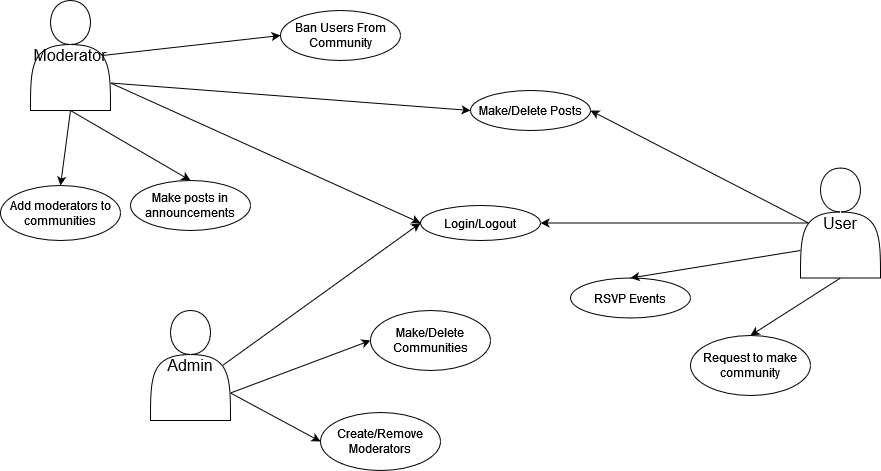
This is ProjectProposal.png from lcroberts/Hooplaza, a draw.io export, as it was before one commit. Source tidied: cells renumbered, new cells last; positions are measured from the earlier drawing's top-left corner, leaving out a move shared by most shapes. Its diagram source:
```xml
<mxGraphModel background="#FFFFFF">
  <root>
    <mxCell id="0" />
    <mxCell id="1" parent="0" />
    <mxCell id="2" value="&lt;font style=&quot;font-size: 16px;&quot;&gt;Moderator&lt;/font&gt;" style="shape=actor;whiteSpace=wrap;html=1;" parent="1" vertex="1">
      <mxGeometry x="30" width="80" height="110" as="geometry" />
    </mxCell>
    <mxCell id="3" value="&lt;font style=&quot;font-size: 16px;&quot;&gt;Admin&lt;/font&gt;" style="shape=actor;whiteSpace=wrap;html=1;" parent="1" vertex="1">
      <mxGeometry x="150" y="310" width="80" height="110" as="geometry" />
    </mxCell>
    <mxCell id="4" value="&lt;div style=&quot;font-size: 16px;&quot;&gt;User&lt;/div&gt;" style="shape=actor;whiteSpace=wrap;html=1;" parent="1" vertex="1">
      <mxGeometry x="800" y="167.5" width="80" height="110" as="geometry" />
    </mxCell>
    <mxCell id="5" value="&lt;font style=&quot;font-size: 12px;&quot;&gt;Login/Logout&lt;/font&gt;" style="ellipse;whiteSpace=wrap;html=1;" parent="1" vertex="1">
      <mxGeometry x="420" y="205" width="120" height="35" as="geometry" />
    </mxCell>
    <mxCell id="6" value="Make/Delete Posts" style="ellipse;whiteSpace=wrap;html=1;" parent="1" vertex="1">
      <mxGeometry x="470" y="90" width="120" height="40" as="geometry" />
    </mxCell>
    <mxCell id="7" value="Make/Delete Communities" style="ellipse;whiteSpace=wrap;html=1;" parent="1" vertex="1">
      <mxGeometry x="370" y="310" width="120" height="60" as="geometry" />
    </mxCell>
    <mxCell id="8" value="&lt;div&gt;Ban Users From Community&lt;/div&gt;" style="ellipse;whiteSpace=wrap;html=1;" parent="1" vertex="1">
      <mxGeometry x="280" y="10" width="120" height="50" as="geometry" />
    </mxCell>
    <mxCell id="9" value="Make posts in announcements" style="ellipse;whiteSpace=wrap;html=1;" parent="1" vertex="1">
      <mxGeometry x="130" y="180" width="120" height="50" as="geometry" />
    </mxCell>
    <mxCell id="10" value="Create/Remove Moderators" style="ellipse;whiteSpace=wrap;html=1;" parent="1" vertex="1">
      <mxGeometry x="320" y="412" width="120" height="58" as="geometry" />
    </mxCell>
    <mxCell id="11" style="endArrow=classic;html=1;rounded=0;exitX=0.9;exitY=0.5;exitDx=0;exitDy=0;exitPerimeter=0;entryX=0;entryY=0.5;entryDx=0;entryDy=0;" parent="1" edge="1" source="2" target="8">
      <mxGeometry relative="1" as="geometry" />
    </mxCell>
    <mxCell id="12" style="endArrow=classic;html=1;rounded=0;exitX=1;exitY=0.75;exitDx=0;exitDy=0;entryX=0;entryY=0.5;entryDx=0;entryDy=0;" parent="1" edge="1" source="2" target="5">
      <mxGeometry relative="1" as="geometry" />
    </mxCell>
    <mxCell id="13" style="endArrow=classic;html=1;rounded=0;exitX=0.5;exitY=1;exitDx=0;exitDy=0;entryX=0.5;entryY=0;entryDx=0;entryDy=0;" parent="1" edge="1" source="2" target="9">
      <mxGeometry relative="1" as="geometry" />
    </mxCell>
    <mxCell id="14" style="endArrow=classic;html=1;rounded=0;exitX=0.9;exitY=0.5;exitDx=0;exitDy=0;exitPerimeter=0;entryX=0;entryY=0.5;entryDx=0;entryDy=0;" parent="1" edge="1" source="3" target="5">
      <mxGeometry relative="1" as="geometry" />
    </mxCell>
    <mxCell id="15" style="endArrow=classic;html=1;rounded=0;exitX=0.1;exitY=0.5;exitDx=0;exitDy=0;exitPerimeter=0;entryX=1;entryY=0.5;entryDx=0;entryDy=0;" parent="1" edge="1" source="4" target="5">
      <mxGeometry relative="1" as="geometry" />
    </mxCell>
    <mxCell id="16" style="endArrow=classic;html=1;rounded=0;exitX=0.1;exitY=0.5;exitDx=0;exitDy=0;exitPerimeter=0;entryX=1;entryY=0.5;entryDx=0;entryDy=0;" parent="1" edge="1" source="4" target="6">
      <mxGeometry relative="1" as="geometry" />
    </mxCell>
    <mxCell id="17" value="RSVP Events" style="ellipse;whiteSpace=wrap;html=1;" parent="1" vertex="1">
      <mxGeometry x="570" y="277.5" width="120" height="40" as="geometry" />
    </mxCell>
    <mxCell id="18" style="endArrow=classic;html=1;rounded=0;exitX=0;exitY=0.75;exitDx=0;exitDy=0;entryX=0.5;entryY=0;entryDx=0;entryDy=0;" parent="1" edge="1" source="4" target="17">
      <mxGeometry relative="1" as="geometry" />
    </mxCell>
    <mxCell id="19" style="endArrow=classic;html=1;rounded=0;exitX=1;exitY=0.75;exitDx=0;exitDy=0;entryX=0;entryY=0.5;entryDx=0;entryDy=0;" parent="1" edge="1" source="3" target="10">
      <mxGeometry relative="1" as="geometry" />
    </mxCell>
    <mxCell id="20" style="endArrow=classic;html=1;rounded=0;exitX=1;exitY=0.75;exitDx=0;exitDy=0;entryX=0;entryY=0.5;entryDx=0;entryDy=0;" parent="1" edge="1" source="3" target="7">
      <mxGeometry relative="1" as="geometry" />
    </mxCell>
    <mxCell id="21" style="endArrow=classic;html=1;rounded=0;exitX=1;exitY=0.75;exitDx=0;exitDy=0;entryX=0;entryY=0.5;entryDx=0;entryDy=0;" parent="1" edge="1" source="2" target="6">
      <mxGeometry relative="1" as="geometry" />
    </mxCell>
    <mxCell id="22" value="Request to make community" style="ellipse;whiteSpace=wrap;html=1;" parent="1" vertex="1">
      <mxGeometry x="690" y="335" width="120" height="60" as="geometry" />
    </mxCell>
    <mxCell id="23" value="Add moderators to communities" style="ellipse;whiteSpace=wrap;html=1;" parent="1" vertex="1">
      <mxGeometry y="185" width="120" height="55" as="geometry" />
    </mxCell>
    <mxCell id="24" style="endArrow=classic;html=1;rounded=0;exitX=0.5;exitY=1;exitDx=0;exitDy=0;entryX=0.5;entryY=0;entryDx=0;entryDy=0;" parent="1" edge="1" source="2" target="23">
      <mxGeometry relative="1" as="geometry" />
    </mxCell>
    <mxCell id="25" style="endArrow=classic;html=1;rounded=0;exitX=0.5;exitY=1;exitDx=0;exitDy=0;entryX=0.5;entryY=0;entryDx=0;entryDy=0;" parent="1" edge="1" source="4" target="22">
      <mxGeometry relative="1" as="geometry" />
    </mxCell>
  </root>
</mxGraphModel>
```
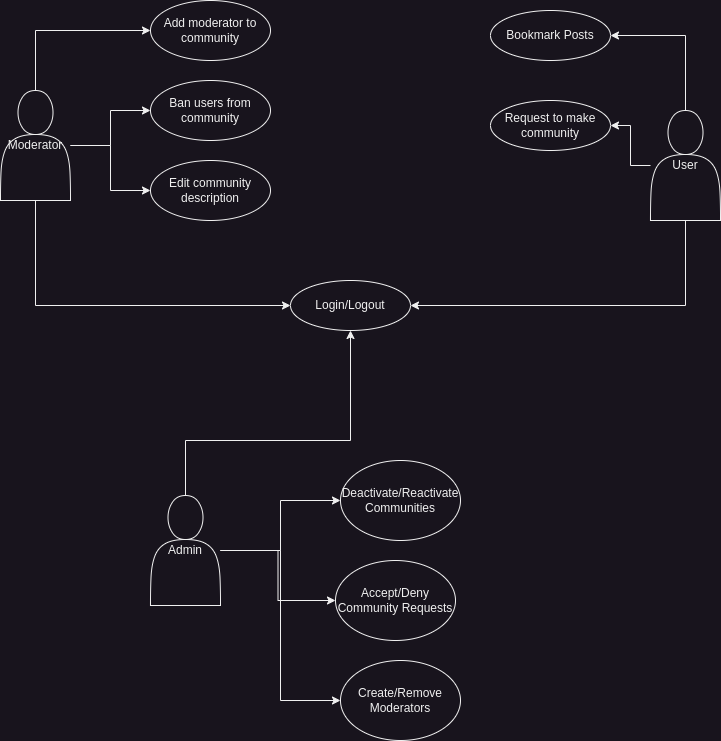
After the commit.

What changed in the source:
```diff
@@ -1,78 +1,96 @@
-<mxGraphModel background="#FFFFFF">
+<mxGraphModel>
   <root>
     <mxCell id="0" />
     <mxCell id="1" parent="0" />
+    <mxCell id="12" style="edgeStyle=orthogonalEdgeStyle;rounded=0;jettySize=auto;html=1;entryX=0;entryY=0.5;entryDx=0;entryDy=0;" parent="1" edge="1" source="2" target="5">
+      <mxGeometry relative="1" as="geometry">
+        <Array as="points">
+          <mxPoint x="165" y="295" />
+        </Array>
+      </mxGeometry>
+    </mxCell>
+    <mxCell id="26" style="edgeStyle=orthogonalEdgeStyle;rounded=0;jettySize=auto;html=1;entryX=0;entryY=0.5;entryDx=0;entryDy=0;" parent="1" edge="1" source="2" target="35">
+      <mxGeometry relative="1" as="geometry">
+        <Array as="points">
+          <mxPoint x="165" y="20" />
+        </Array>
+      </mxGeometry>
+    </mxCell>
+    <mxCell id="27" style="edgeStyle=orthogonalEdgeStyle;rounded=0;jettySize=auto;html=1;entryX=0;entryY=0.5;entryDx=0;entryDy=0;" parent="1" edge="1" source="2" target="36">
+      <mxGeometry relative="1" as="geometry" />
+    </mxCell>
+    <mxCell id="28" style="edgeStyle=orthogonalEdgeStyle;rounded=0;jettySize=auto;html=1;entryX=0;entryY=0.5;entryDx=0;entryDy=0;" parent="1" edge="1" source="2" target="37">
+      <mxGeometry relative="1" as="geometry" />
+    </mxCell>
-    <mxCell id="2" value="&lt;font style=&quot;font-size: 16px;&quot;&gt;Moderator&lt;/font&gt;" style="shape=actor;whiteSpace=wrap;html=1;" parent="1" vertex="1">
-      <mxGeometry x="30" width="80" height="110" as="geometry" />
+    <mxCell id="2" value="Moderator" style="shape=actor;whiteSpace=wrap;html=1;" parent="1" vertex="1">
+      <mxGeometry x="130" y="80" width="70" height="110" as="geometry" />
     </mxCell>
+    <mxCell id="15" style="edgeStyle=orthogonalEdgeStyle;rounded=0;jettySize=auto;html=1;entryX=1;entryY=0.5;entryDx=0;entryDy=0;" parent="1" edge="1" source="4" target="5">
+      <mxGeometry relative="1" as="geometry">
+        <Array as="points">
+          <mxPoint x="815" y="295" />
+        </Array>
+      </mxGeometry>
+    </mxCell>
+    <mxCell id="29" style="edgeStyle=orthogonalEdgeStyle;rounded=0;jettySize=auto;html=1;entryX=1;entryY=0.5;entryDx=0;entryDy=0;" parent="1" edge="1" source="4" target="34">
+      <mxGeometry relative="1" as="geometry">
+        <Array as="points">
+          <mxPoint x="815" y="25" />
+        </Array>
+      </mxGeometry>
+    </mxCell>
+    <mxCell id="25" style="edgeStyle=orthogonalEdgeStyle;rounded=0;jettySize=auto;html=1;entryX=1;entryY=0.5;entryDx=0;entryDy=0;" parent="1" edge="1" source="4" target="22">
+      <mxGeometry relative="1" as="geometry" />
+    </mxCell>
+    <mxCell id="4" value="User" style="shape=actor;whiteSpace=wrap;html=1;" parent="1" vertex="1">
+      <mxGeometry x="780" y="100" width="70" height="110" as="geometry" />
+    </mxCell>
+    <mxCell id="30" style="edgeStyle=orthogonalEdgeStyle;rounded=0;jettySize=auto;html=1;entryX=0;entryY=0.5;entryDx=0;entryDy=0;" parent="1" edge="1" source="3" target="33">
+      <mxGeometry relative="1" as="geometry" />
+    </mxCell>
+    <mxCell id="31" style="edgeStyle=orthogonalEdgeStyle;rounded=0;jettySize=auto;html=1;entryX=0;entryY=0.5;entryDx=0;entryDy=0;" parent="1" edge="1" source="3" target="32">
+      <mxGeometry relative="1" as="geometry" />
+    </mxCell>
+    <mxCell id="19" style="edgeStyle=orthogonalEdgeStyle;rounded=0;jettySize=auto;html=1;entryX=0;entryY=0.5;entryDx=0;entryDy=0;" parent="1" edge="1" source="3" target="10">
+      <mxGeometry relative="1" as="geometry" />
+    </mxCell>
+    <mxCell id="14" style="edgeStyle=orthogonalEdgeStyle;rounded=0;jettySize=auto;html=1;entryX=0.5;entryY=1;entryDx=0;entryDy=0;" parent="1" edge="1" source="3" target="5">
+      <mxGeometry relative="1" as="geometry">
+        <Array as="points">
+          <mxPoint x="315" y="430" />
+          <mxPoint x="480" y="430" />
+        </Array>
+      </mxGeometry>
+    </mxCell>
-    <mxCell id="3" value="&lt;font style=&quot;font-size: 16px;&quot;&gt;Admin&lt;/font&gt;" style="shape=actor;whiteSpace=wrap;html=1;" parent="1" vertex="1">
-      <mxGeometry x="150" y="310" width="80" height="110" as="geometry" />
+    <mxCell id="3" value="Admin" style="shape=actor;whiteSpace=wrap;html=1;" parent="1" vertex="1">
+      <mxGeometry x="280" y="485" width="70" height="110" as="geometry" />
     </mxCell>
-    <mxCell id="4" value="&lt;div style=&quot;font-size: 16px;&quot;&gt;User&lt;/div&gt;" style="shape=actor;whiteSpace=wrap;html=1;" parent="1" vertex="1">
-      <mxGeometry x="800" y="167.5" width="80" height="110" as="geometry" />
-    </mxCell>
+    <mxCell id="10" value="Create/Remove Moderators" style="ellipse;whiteSpace=wrap;html=1;" parent="1" vertex="1">
+      <mxGeometry x="470" y="650" width="120" height="80" as="geometry" />
+    </mxCell>
+    <mxCell id="32" value="Accept/Deny Community Requests" style="ellipse;whiteSpace=wrap;html=1;" parent="1" vertex="1">
+      <mxGeometry x="465" y="550" width="120" height="80" as="geometry" />
+    </mxCell>
+    <mxCell id="33" value="Deactivate/Reactivate Communities" style="ellipse;whiteSpace=wrap;html=1;" parent="1" vertex="1">
+      <mxGeometry x="470" y="450" width="120" height="80" as="geometry" />
+    </mxCell>
-    <mxCell id="5" value="&lt;font style=&quot;font-size: 12px;&quot;&gt;Login/Logout&lt;/font&gt;" style="ellipse;whiteSpace=wrap;html=1;" parent="1" vertex="1">
-      <mxGeometry x="420" y="205" width="120" height="35" as="geometry" />
+    <mxCell id="5" value="Login/Logout" style="ellipse;whiteSpace=wrap;html=1;" parent="1" vertex="1">
+      <mxGeometry x="420" y="270" width="120" height="50" as="geometry" />
     </mxCell>
-    <mxCell id="6" value="Make/Delete Posts" style="ellipse;whiteSpace=wrap;html=1;" parent="1" vertex="1">
-      <mxGeometry x="470" y="90" width="120" height="40" as="geometry" />
-    </mxCell>
-    <mxCell id="7" value="Make/Delete Communities" style="ellipse;whiteSpace=wrap;html=1;" parent="1" vertex="1">
-      <mxGeometry x="370" y="310" width="120" height="60" as="geometry" />
-    </mxCell>
-    <mxCell id="8" value="&lt;div&gt;Ban Users From Community&lt;/div&gt;" style="ellipse;whiteSpace=wrap;html=1;" parent="1" vertex="1">
-      <mxGeometry x="280" y="10" width="120" height="50" as="geometry" />
-    </mxCell>
-    <mxCell id="9" value="Make posts in announcements" style="ellipse;whiteSpace=wrap;html=1;" parent="1" vertex="1">
-      <mxGeometry x="130" y="180" width="120" height="50" as="geometry" />
-    </mxCell>
-    <mxCell id="10" value="Create/Remove Moderators" style="ellipse;whiteSpace=wrap;html=1;" parent="1" vertex="1">
-      <mxGeometry x="320" y="412" width="120" height="58" as="geometry" />
-    </mxCell>
-    <mxCell id="11" style="endArrow=classic;html=1;rounded=0;exitX=0.9;exitY=0.5;exitDx=0;exitDy=0;exitPerimeter=0;entryX=0;entryY=0.5;entryDx=0;entryDy=0;" parent="1" edge="1" source="2" target="8">
-      <mxGeometry relative="1" as="geometry" />
-    </mxCell>
-    <mxCell id="12" style="endArrow=classic;html=1;rounded=0;exitX=1;exitY=0.75;exitDx=0;exitDy=0;entryX=0;entryY=0.5;entryDx=0;entryDy=0;" parent="1" edge="1" source="2" target="5">
-      <mxGeometry relative="1" as="geometry" />
-    </mxCell>
-    <mxCell id="13" style="endArrow=classic;html=1;rounded=0;exitX=0.5;exitY=1;exitDx=0;exitDy=0;entryX=0.5;entryY=0;entryDx=0;entryDy=0;" parent="1" edge="1" source="2" target="9">
-      <mxGeometry relative="1" as="geometry" />
-    </mxCell>
-    <mxCell id="14" style="endArrow=classic;html=1;rounded=0;exitX=0.9;exitY=0.5;exitDx=0;exitDy=0;exitPerimeter=0;entryX=0;entryY=0.5;entryDx=0;entryDy=0;" parent="1" edge="1" source="3" target="5">
-      <mxGeometry relative="1" as="geometry" />
-    </mxCell>
-    <mxCell id="15" style="endArrow=classic;html=1;rounded=0;exitX=0.1;exitY=0.5;exitDx=0;exitDy=0;exitPerimeter=0;entryX=1;entryY=0.5;entryDx=0;entryDy=0;" parent="1" edge="1" source="4" target="5">
-      <mxGeometry relative="1" as="geometry" />
-    </mxCell>
-    <mxCell id="16" style="endArrow=classic;html=1;rounded=0;exitX=0.1;exitY=0.5;exitDx=0;exitDy=0;exitPerimeter=0;entryX=1;entryY=0.5;entryDx=0;entryDy=0;" parent="1" edge="1" source="4" target="6">
-      <mxGeometry relative="1" as="geometry" />
-    </mxCell>
-    <mxCell id="17" value="RSVP Events" style="ellipse;whiteSpace=wrap;html=1;" parent="1" vertex="1">
-      <mxGeometry x="570" y="277.5" width="120" height="40" as="geometry" />
-    </mxCell>
-    <mxCell id="18" style="endArrow=classic;html=1;rounded=0;exitX=0;exitY=0.75;exitDx=0;exitDy=0;entryX=0.5;entryY=0;entryDx=0;entryDy=0;" parent="1" edge="1" source="4" target="17">
-      <mxGeometry relative="1" as="geometry" />
-    </mxCell>
-    <mxCell id="19" style="endArrow=classic;html=1;rounded=0;exitX=1;exitY=0.75;exitDx=0;exitDy=0;entryX=0;entryY=0.5;entryDx=0;entryDy=0;" parent="1" edge="1" source="3" target="10">
-      <mxGeometry relative="1" as="geometry" />
-    </mxCell>
-    <mxCell id="20" style="endArrow=classic;html=1;rounded=0;exitX=1;exitY=0.75;exitDx=0;exitDy=0;entryX=0;entryY=0.5;entryDx=0;entryDy=0;" parent="1" edge="1" source="3" target="7">
-      <mxGeometry relative="1" as="geometry" />
-    </mxCell>
-    <mxCell id="21" style="endArrow=classic;html=1;rounded=0;exitX=1;exitY=0.75;exitDx=0;exitDy=0;entryX=0;entryY=0.5;entryDx=0;entryDy=0;" parent="1" edge="1" source="2" target="6">
-      <mxGeometry relative="1" as="geometry" />
-    </mxCell>
+    <mxCell id="34" value="Bookmark Posts" style="ellipse;whiteSpace=wrap;html=1;" parent="1" vertex="1">
+      <mxGeometry x="620" width="120" height="50" as="geometry" />
+    </mxCell>
     <mxCell id="22" value="Request to make community" style="ellipse;whiteSpace=wrap;html=1;" parent="1" vertex="1">
-      <mxGeometry x="690" y="335" width="120" height="60" as="geometry" />
+      <mxGeometry x="620" y="90" width="120" height="50" as="geometry" />
     </mxCell>
-    <mxCell id="23" value="Add moderators to communities" style="ellipse;whiteSpace=wrap;html=1;" parent="1" vertex="1">
-      <mxGeometry y="185" width="120" height="55" as="geometry" />
-    </mxCell>
-    <mxCell id="24" style="endArrow=classic;html=1;rounded=0;exitX=0.5;exitY=1;exitDx=0;exitDy=0;entryX=0.5;entryY=0;entryDx=0;entryDy=0;" parent="1" edge="1" source="2" target="23">
-      <mxGeometry relative="1" as="geometry" />
-    </mxCell>
-    <mxCell id="25" style="endArrow=classic;html=1;rounded=0;exitX=0.5;exitY=1;exitDx=0;exitDy=0;entryX=0.5;entryY=0;entryDx=0;entryDy=0;" parent="1" edge="1" source="4" target="22">
-      <mxGeometry relative="1" as="geometry" />
-    </mxCell>
+    <mxCell id="35" value="Add moderator to community" style="ellipse;whiteSpace=wrap;html=1;" parent="1" vertex="1">
+      <mxGeometry x="280" y="-10" width="120" height="60" as="geometry" />
+    </mxCell>
+    <mxCell id="36" value="Ban users from community" style="ellipse;whiteSpace=wrap;html=1;" parent="1" vertex="1">
+      <mxGeometry x="280" y="70" width="120" height="60" as="geometry" />
+    </mxCell>
+    <mxCell id="37" value="Edit community description" style="ellipse;whiteSpace=wrap;html=1;" parent="1" vertex="1">
+      <mxGeometry x="280" y="150" width="120" height="60" as="geometry" />
+    </mxCell>
   </root>
 </mxGraphModel>
```
